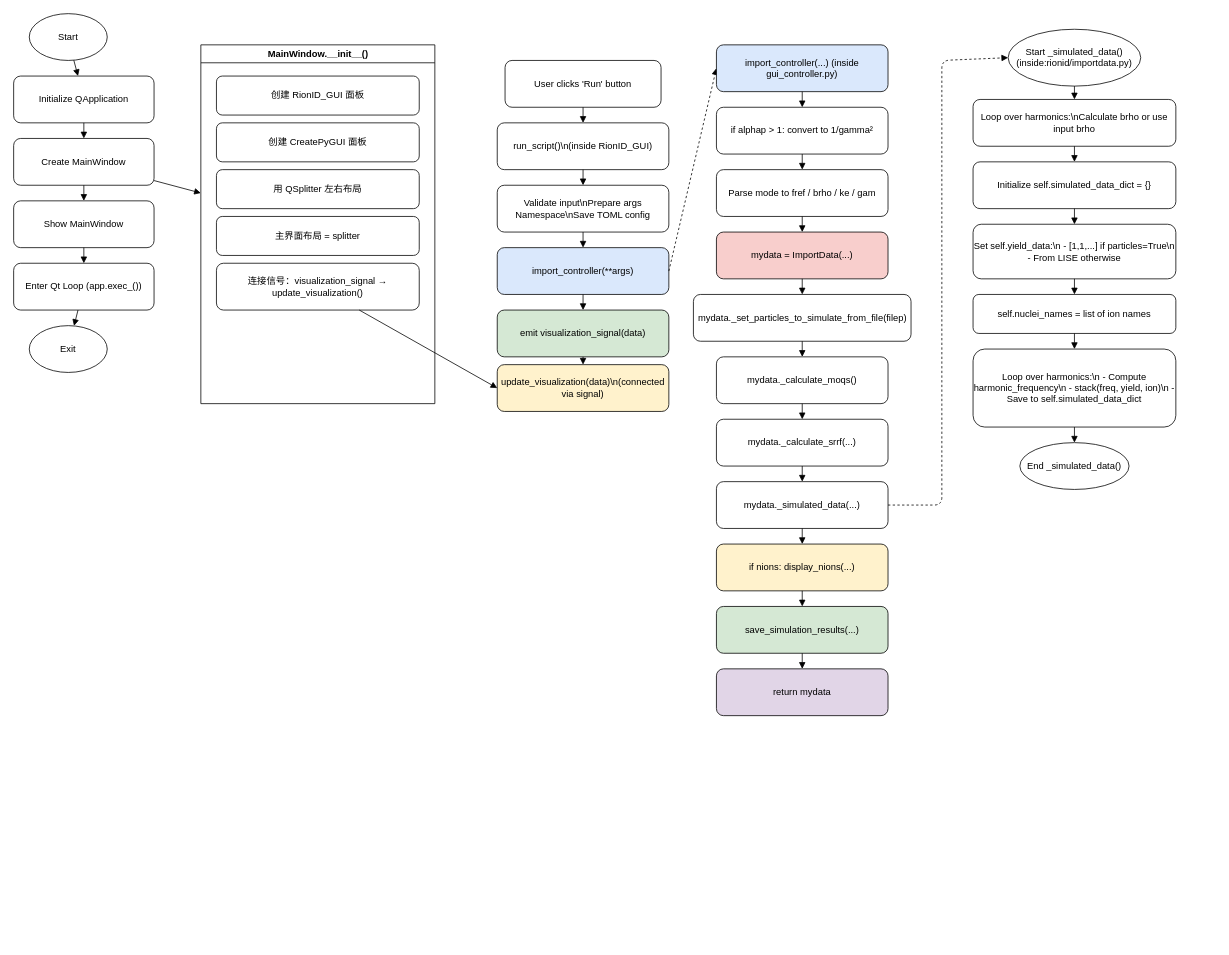
Before: rionid.drawio in ruijiuchen/rionid, a draw.io diagram. Source tidied: cells renumbered, new cells numbered last; positions are measured from the earlier drawing's top-left corner, leaving out a move shared by most shapes. Both pictures are drawn from the tidied source at 78%, with x=0, y=0 at pixel (13, 13).
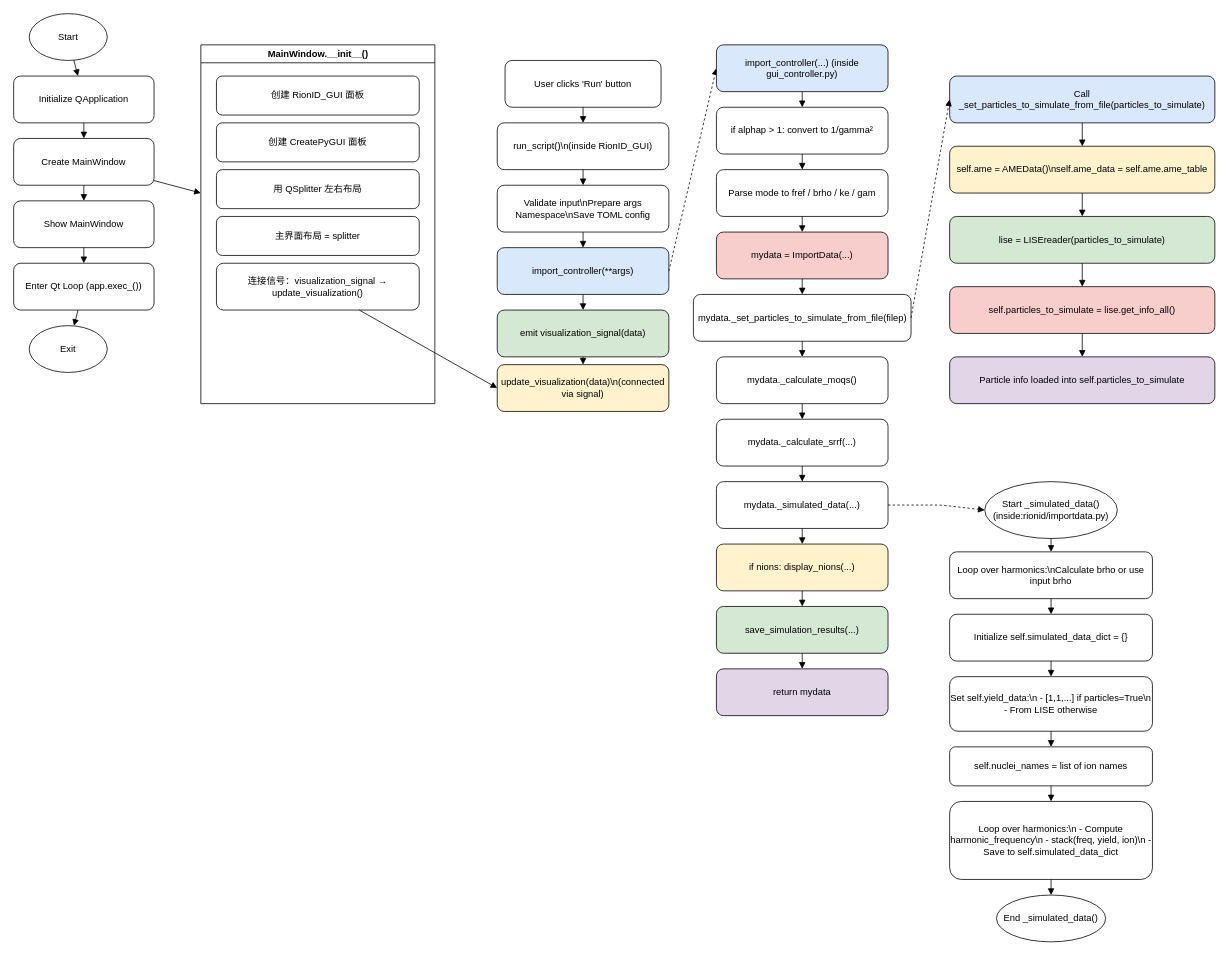
Above is the later version.

Unchanged cells that the change refers to:
```xml
<mxCell id="37" value="mydata._set_particles_to_simulate_from_file(filep)" style="rounded=1;whiteSpace=wrap;html=1;" parent="1" vertex="1">
  <mxGeometry x="871.5" y="360" width="279" height="60" as="geometry" />
</mxCell>
<mxCell id="40" value="mydata._simulated_data(...)" style="rounded=1;whiteSpace=wrap;html=1;" parent="1" vertex="1">
  <mxGeometry x="901" y="600" width="220" height="60" as="geometry" />
</mxCell>
```

The edit, as a diff of the source:
```diff
@@
     <mxCell id="54" value="Start _simulated_data()&lt;br&gt;(inside:rionid/importdata.py)" style="ellipse;whiteSpace=wrap;html=1;" parent="1" vertex="1">
-      <mxGeometry x="1275" y="20" width="170" height="72.9" as="geometry" />
+      <mxGeometry x="1245" y="600" width="170" height="72.9" as="geometry" />
     </mxCell>
     <mxCell id="55" value="Loop over harmonics:\nCalculate brho or use input brho" style="rounded=1;whiteSpace=wrap;html=1;fillColor=#ffffff;" parent="1" vertex="1">
-      <mxGeometry x="1230" y="110" width="260" height="60" as="geometry" />
+      <mxGeometry x="1200" y="690" width="260" height="60" as="geometry" />
     </mxCell>
     <mxCell id="56" value="Initialize self.simulated_data_dict = {}" style="rounded=1;whiteSpace=wrap;html=1;fillColor=#ffffff;" parent="1" vertex="1">
-      <mxGeometry x="1230" y="190" width="260" height="60" as="geometry" />
+      <mxGeometry x="1200" y="770" width="260" height="60" as="geometry" />
     </mxCell>
     <mxCell id="57" value="Set self.yield_data:\n - [1,1,...] if particles=True\n - From LISE otherwise" style="rounded=1;whiteSpace=wrap;html=1;fillColor=#ffffff;" parent="1" vertex="1">
-      <mxGeometry x="1230" y="270" width="260" height="70" as="geometry" />
+      <mxGeometry x="1200" y="850" width="260" height="70" as="geometry" />
     </mxCell>
     <mxCell id="58" value="self.nuclei_names = list of ion names" style="rounded=1;whiteSpace=wrap;html=1;fillColor=#ffffff;" parent="1" vertex="1">
-      <mxGeometry x="1230" y="360" width="260" height="50" as="geometry" />
+      <mxGeometry x="1200" y="940" width="260" height="50" as="geometry" />
     </mxCell>
     <mxCell id="59" value="Loop over harmonics:\n - Compute harmonic_frequency\n - stack(freq, yield, ion)\n - Save to self.simulated_data_dict" style="rounded=1;whiteSpace=wrap;html=1;fillColor=#ffffff;" parent="1" vertex="1">
-      <mxGeometry x="1230" y="430" width="260" height="100" as="geometry" />
+      <mxGeometry x="1200" y="1010" width="260" height="100" as="geometry" />
     </mxCell>
     <mxCell id="60" value="End _simulated_data()" style="ellipse;whiteSpace=wrap;html=1;" parent="1" vertex="1">
-      <mxGeometry x="1290" y="550" width="140" height="60" as="geometry" />
+      <mxGeometry x="1260" y="1130" width="140" height="60" as="geometry" />
     </mxCell>
@@
     <mxCell id="67" style="endArrow=block;dashed=1;exitX=1;exitY=0.5;exitDx=0;exitDy=0;entryX=0;entryY=0.5;entryDx=0;entryDy=0;" parent="1" edge="1" source="40" target="54">
       <mxGeometry relative="1" as="geometry">
         <Array as="points">
           <mxPoint x="1190" y="630" />
-          <mxPoint x="1190" y="250" />
-          <mxPoint x="1190" y="60" />
         </Array>
       </mxGeometry>
     </mxCell>
+    <mxCell id="68" value="Call _set_particles_to_simulate_from_file(particles_to_simulate)" style="rounded=1;whiteSpace=wrap;html=1;fillColor=#dae8fc;" parent="1" vertex="1">
+      <mxGeometry x="1200" y="80" width="340" height="60" as="geometry" />
+    </mxCell>
+    <mxCell id="69" value="self.ame = AMEData()\nself.ame_data = self.ame.ame_table" style="rounded=1;whiteSpace=wrap;html=1;fillColor=#fff2cc;" parent="1" vertex="1">
+      <mxGeometry x="1200" y="170" width="340" height="60" as="geometry" />
+    </mxCell>
+    <mxCell id="70" value="lise = LISEreader(particles_to_simulate)" style="rounded=1;whiteSpace=wrap;html=1;fillColor=#d5e8d4;" parent="1" vertex="1">
+      <mxGeometry x="1200" y="260" width="340" height="60" as="geometry" />
+    </mxCell>
+    <mxCell id="71" value="self.particles_to_simulate = lise.get_info_all()" style="rounded=1;whiteSpace=wrap;html=1;fillColor=#f8cecc;" parent="1" vertex="1">
+      <mxGeometry x="1200" y="350" width="340" height="60" as="geometry" />
+    </mxCell>
+    <mxCell id="72" value="Particle info loaded into self.particles_to_simulate" style="rounded=1;whiteSpace=wrap;html=1;fillColor=#e1d5e7;" parent="1" vertex="1">
+      <mxGeometry x="1200" y="440" width="340" height="60" as="geometry" />
+    </mxCell>
+    <mxCell id="73" style="endArrow=block;" parent="1" edge="1" source="68" target="69">
+      <mxGeometry relative="1" as="geometry" />
+    </mxCell>
+    <mxCell id="74" style="endArrow=block;" parent="1" edge="1" source="69" target="70">
+      <mxGeometry relative="1" as="geometry" />
+    </mxCell>
+    <mxCell id="75" style="endArrow=block;" parent="1" edge="1" source="70" target="71">
+      <mxGeometry relative="1" as="geometry" />
+    </mxCell>
+    <mxCell id="76" style="endArrow=block;" parent="1" edge="1" source="71" target="72">
+      <mxGeometry relative="1" as="geometry" />
+    </mxCell>
+    <mxCell id="77" style="endArrow=block;dashed=1;exitX=1;exitY=0.5;exitDx=0;exitDy=0;entryX=0;entryY=0.5;entryDx=0;entryDy=0;" parent="1" edge="1" source="37" target="68">
+      <mxGeometry relative="1" as="geometry" />
+    </mxCell>
```
